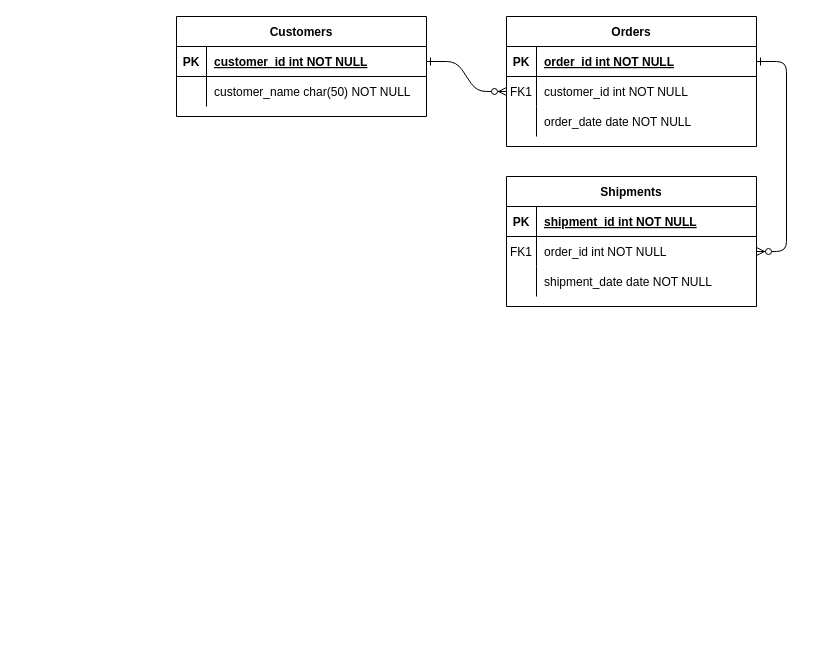
EstebanArellanesConde/Dise-os-E-R-Bases keeps this draw.io diagram as Previo_P4_1.drawio. Above is the earlier version. Source tidied: cells renumbered, new cells numbered last; positions are measured from the earlier drawing's top-left corner, leaving out a move shared by most shapes. Both pictures are drawn from the tidied source at 100%, with x=0, y=0 at pixel (176, 16).
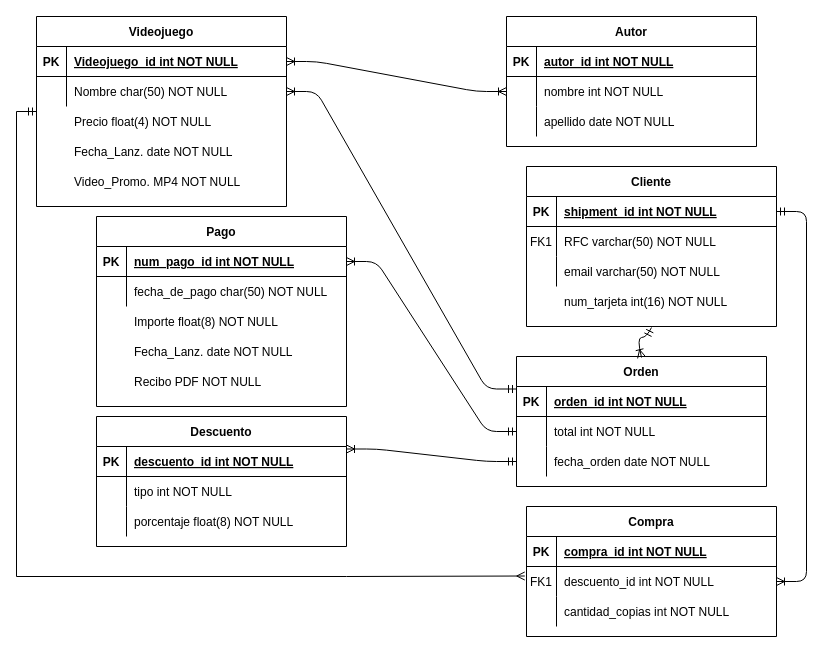
After the change.

Unchanged cells that the change refers to:
```xml
<mxCell id="5" style="shape=partialRectangle;fillColor=none;points=[[0,0.5],[1,0.5]];portConstraint=eastwest;top=0;left=0;right=0;bottom=1;" parent="4" vertex="1">
  <mxGeometry y="30" width="250" height="30" as="geometry" />
</mxCell>
<mxCell id="8" style="shape=partialRectangle;fillColor=none;points=[[0,0.5],[1,0.5]];portConstraint=eastwest;top=0;left=0;right=0;bottom=0;" parent="4" vertex="1">
  <mxGeometry y="60" width="250" height="30" as="geometry" />
</mxCell>
<mxCell id="11" style="shape=partialRectangle;fillColor=none;top=0;left=0;right=0;bottom=0;" parent="4" vertex="1">
  <mxGeometry y="90" width="250" height="30" as="geometry" />
</mxCell>
<mxCell id="15" style="shape=partialRectangle;fillColor=none;points=[[0,0.5],[1,0.5]];portConstraint=eastwest;top=0;left=0;right=0;bottom=1;" parent="14" vertex="1">
  <mxGeometry y="30" width="250" height="30" as="geometry" />
</mxCell>
<mxCell id="18" style="shape=partialRectangle;fillColor=none;points=[[0,0.5],[1,0.5]];portConstraint=eastwest;top=0;left=0;right=0;bottom=0;" parent="14" vertex="1">
  <mxGeometry y="60" width="250" height="30" as="geometry" />
</mxCell>
<mxCell id="21" style="shape=partialRectangle;fillColor=none;top=0;left=0;right=0;bottom=0;" parent="14" vertex="1">
  <mxGeometry y="90" width="250" height="30" as="geometry" />
</mxCell>
```

What changed in the source:
```diff
@@
-    <mxCell id="2" style="edgeStyle=entityRelationEdgeStyle;endArrow=ERzeroToMany;startArrow=ERone;endFill=1;startFill=0;" parent="1" edge="1" source="25" target="8">
+    <mxCell id="2" style="edgeStyle=entityRelationEdgeStyle;endArrow=ERoneToMany;startArrow=ERoneToMany;endFill=0;startFill=0;" parent="1" edge="1" source="25" target="8">
       <mxGeometry relative="1" as="geometry" />
     </mxCell>
-    <mxCell id="3" style="edgeStyle=entityRelationEdgeStyle;endArrow=ERzeroToMany;startArrow=ERone;endFill=1;startFill=0;" parent="1" edge="1" source="5" target="18">
-      <mxGeometry relative="1" as="geometry" />
-    </mxCell>
-    <mxCell id="4" value="Orders" style="shape=table;startSize=30;childLayout=tableLayout;rowLines=0;fontStyle=1;align=center;" parent="1" vertex="1">
+    <mxCell id="4" value="Autor" style="shape=table;startSize=30;childLayout=tableLayout;rowLines=0;fontStyle=1;align=center;" parent="1" vertex="1">
       <mxGeometry x="330" width="250" height="130" as="geometry" />
     </mxCell>
@@
-    <mxCell id="7" value="order_id int NOT NULL " style="shape=partialRectangle;overflow=hidden;fillColor=none;top=0;left=0;bottom=0;right=0;align=left;spacingLeft=6;fontStyle=5;" parent="5" vertex="1">
+    <mxCell id="7" value="autor_id int NOT NULL " style="shape=partialRectangle;overflow=hidden;fillColor=none;top=0;left=0;bottom=0;right=0;align=left;spacingLeft=6;fontStyle=5;" parent="5" vertex="1">
       <mxGeometry x="30" width="220" height="30" as="geometry" />
     </mxCell>
@@
-    <mxCell id="9" value="FK1" style="shape=partialRectangle;overflow=hidden;fillColor=none;top=0;left=0;bottom=0;right=0;" parent="8" vertex="1">
+    <mxCell id="9" style="shape=partialRectangle;overflow=hidden;fillColor=none;top=0;left=0;bottom=0;right=0;" parent="8" vertex="1">
       <mxGeometry width="30" height="30" as="geometry" />
     </mxCell>
-    <mxCell id="10" value="customer_id int NOT NULL" style="shape=partialRectangle;overflow=hidden;fillColor=none;top=0;left=0;bottom=0;right=0;align=left;spacingLeft=6;" parent="8" vertex="1">
+    <mxCell id="10" value="nombre int NOT NULL" style="shape=partialRectangle;overflow=hidden;fillColor=none;top=0;left=0;bottom=0;right=0;align=left;spacingLeft=6;" parent="8" vertex="1">
       <mxGeometry x="30" width="220" height="30" as="geometry" />
     </mxCell>
@@
-    <mxCell id="13" value="order_date date NOT NULL" style="shape=partialRectangle;overflow=hidden;fillColor=none;top=0;left=0;bottom=0;right=0;align=left;spacingLeft=6;" parent="11" vertex="1">
+    <mxCell id="13" value="apellido date NOT NULL" style="shape=partialRectangle;overflow=hidden;fillColor=none;top=0;left=0;bottom=0;right=0;align=left;spacingLeft=6;" parent="11" vertex="1">
       <mxGeometry x="30" width="220" height="30" as="geometry" />
     </mxCell>
+    <mxCell id="31" style="group;" parent="1" vertex="1">
+      <mxGeometry x="-140" width="250" height="190" as="geometry" />
+    </mxCell>
+    <mxCell id="24" value="Videojuego" style="shape=table;startSize=30;childLayout=tableLayout;rowLines=0;fontStyle=1;align=center;" parent="31" vertex="1">
+      <mxGeometry width="250" height="190" as="geometry" />
+    </mxCell>
+    <mxCell id="25" style="shape=partialRectangle;fillColor=none;points=[[0,0.5],[1,0.5]];portConstraint=eastwest;top=0;left=0;right=0;bottom=1;" parent="24" vertex="1">
+      <mxGeometry y="30" width="250" height="30" as="geometry" />
+    </mxCell>
+    <mxCell id="26" value="PK" style="shape=partialRectangle;overflow=hidden;fillColor=none;top=0;left=0;bottom=0;right=0;fontStyle=1;" parent="25" vertex="1">
+      <mxGeometry width="30" height="30" as="geometry" />
+    </mxCell>
+    <mxCell id="27" value="Videojuego_id int NOT NULL " style="shape=partialRectangle;overflow=hidden;fillColor=none;top=0;left=0;bottom=0;right=0;align=left;spacingLeft=6;fontStyle=5;" parent="25" vertex="1">
+      <mxGeometry x="30" width="220" height="30" as="geometry" />
+    </mxCell>
+    <mxCell id="28" style="shape=partialRectangle;fillColor=none;points=[[0,0.5],[1,0.5]];portConstraint=eastwest;top=0;left=0;right=0;bottom=0;" parent="24" vertex="1">
+      <mxGeometry y="60" width="250" height="30" as="geometry" />
+    </mxCell>
+    <mxCell id="29" style="shape=partialRectangle;overflow=hidden;fillColor=none;top=0;left=0;bottom=0;right=0;" parent="28" vertex="1">
+      <mxGeometry width="30" height="30" as="geometry" />
+    </mxCell>
+    <mxCell id="30" value="Nombre char(50) NOT NULL" style="shape=partialRectangle;overflow=hidden;fillColor=none;top=0;left=0;bottom=0;right=0;align=left;spacingLeft=6;" parent="28" vertex="1">
+      <mxGeometry x="30" width="220" height="30" as="geometry" />
+    </mxCell>
+    <mxCell id="32" value="Precio float(4) NOT NULL" style="shape=partialRectangle;overflow=hidden;fillColor=none;top=0;left=0;bottom=0;right=0;align=left;spacingLeft=6;" parent="31" vertex="1">
+      <mxGeometry x="30" y="90" width="220" height="30" as="geometry" />
+    </mxCell>
+    <mxCell id="33" value="Fecha_Lanz. date NOT NULL" style="shape=partialRectangle;overflow=hidden;fillColor=none;top=0;left=0;bottom=0;right=0;align=left;spacingLeft=6;" parent="31" vertex="1">
+      <mxGeometry x="30" y="120" width="220" height="30" as="geometry" />
+    </mxCell>
+    <mxCell id="34" value="Video_Promo. MP4 NOT NULL" style="shape=partialRectangle;overflow=hidden;fillColor=none;top=0;left=0;bottom=0;right=0;align=left;spacingLeft=6;" parent="31" vertex="1">
+      <mxGeometry x="30" y="150" width="220" height="30" as="geometry" />
+    </mxCell>
+    <mxCell id="35" value="Orden" style="shape=table;startSize=30;childLayout=tableLayout;rowLines=0;fontStyle=1;align=center;" parent="1" vertex="1">
+      <mxGeometry x="340" y="340" width="250" height="130" as="geometry" />
+    </mxCell>
+    <mxCell id="36" style="shape=partialRectangle;fillColor=none;top=0;left=0;right=0;bottom=1;" parent="35" vertex="1">
+      <mxGeometry y="30" width="250" height="30" as="geometry" />
+    </mxCell>
+    <mxCell id="37" value="PK" style="shape=partialRectangle;overflow=hidden;fillColor=none;top=0;left=0;bottom=0;right=0;fontStyle=1;" parent="36" vertex="1">
+      <mxGeometry width="30" height="30" as="geometry" />
+    </mxCell>
+    <mxCell id="38" value="orden_id int NOT NULL " style="shape=partialRectangle;overflow=hidden;fillColor=none;top=0;left=0;bottom=0;right=0;align=left;spacingLeft=6;fontStyle=5;" parent="36" vertex="1">
+      <mxGeometry x="30" width="220" height="30" as="geometry" />
+    </mxCell>
+    <mxCell id="39" style="shape=partialRectangle;fillColor=none;points=[[0,0.5],[1,0.5]];portConstraint=eastwest;top=0;left=0;right=0;bottom=0;" parent="35" vertex="1">
+      <mxGeometry y="60" width="250" height="30" as="geometry" />
+    </mxCell>
+    <mxCell id="40" style="shape=partialRectangle;overflow=hidden;fillColor=none;top=0;left=0;bottom=0;right=0;" parent="39" vertex="1">
+      <mxGeometry width="30" height="30" as="geometry" />
+    </mxCell>
+    <mxCell id="41" value="total int NOT NULL" style="shape=partialRectangle;overflow=hidden;fillColor=none;top=0;left=0;bottom=0;right=0;align=left;spacingLeft=6;" parent="39" vertex="1">
+      <mxGeometry x="30" width="220" height="30" as="geometry" />
+    </mxCell>
+    <mxCell id="42" style="shape=partialRectangle;fillColor=none;points=[[0,0.5],[1,0.5]];portConstraint=eastwest;top=0;left=0;right=0;bottom=0;" parent="35" vertex="1">
+      <mxGeometry y="90" width="250" height="30" as="geometry" />
+    </mxCell>
+    <mxCell id="43" style="shape=partialRectangle;overflow=hidden;fillColor=none;top=0;left=0;bottom=0;right=0;" parent="42" vertex="1">
+      <mxGeometry width="30" height="30" as="geometry" />
+    </mxCell>
+    <mxCell id="44" value="fecha_orden date NOT NULL" style="shape=partialRectangle;overflow=hidden;fillColor=none;top=0;left=0;bottom=0;right=0;align=left;spacingLeft=6;" parent="42" vertex="1">
+      <mxGeometry x="30" width="220" height="30" as="geometry" />
+    </mxCell>
+    <mxCell id="45" value="Descuento" style="shape=table;startSize=30;childLayout=tableLayout;rowLines=0;fontStyle=1;align=center;" parent="1" vertex="1">
+      <mxGeometry x="-80" y="400" width="250" height="130" as="geometry" />
+    </mxCell>
+    <mxCell id="46" style="shape=partialRectangle;fillColor=none;top=0;left=0;right=0;bottom=1;" parent="45" vertex="1">
+      <mxGeometry y="30" width="250" height="30" as="geometry" />
+    </mxCell>
+    <mxCell id="47" value="PK" style="shape=partialRectangle;overflow=hidden;fillColor=none;top=0;left=0;bottom=0;right=0;fontStyle=1;" parent="46" vertex="1">
+      <mxGeometry width="30" height="30" as="geometry" />
+    </mxCell>
+    <mxCell id="48" value="descuento_id int NOT NULL " style="shape=partialRectangle;overflow=hidden;fillColor=none;top=0;left=0;bottom=0;right=0;align=left;spacingLeft=6;fontStyle=5;" parent="46" vertex="1">
+      <mxGeometry x="30" width="220" height="30" as="geometry" />
+    </mxCell>
+    <mxCell id="49" style="shape=partialRectangle;fillColor=none;top=0;left=0;right=0;bottom=0;" parent="45" vertex="1">
+      <mxGeometry y="60" width="250" height="30" as="geometry" />
+    </mxCell>
+    <mxCell id="50" style="shape=partialRectangle;overflow=hidden;fillColor=none;top=0;left=0;bottom=0;right=0;" parent="49" vertex="1">
+      <mxGeometry width="30" height="30" as="geometry" />
+    </mxCell>
+    <mxCell id="51" value="tipo int NOT NULL" style="shape=partialRectangle;overflow=hidden;fillColor=none;top=0;left=0;bottom=0;right=0;align=left;spacingLeft=6;" parent="49" vertex="1">
+      <mxGeometry x="30" width="220" height="30" as="geometry" />
+    </mxCell>
+    <mxCell id="52" style="shape=partialRectangle;fillColor=none;top=0;left=0;right=0;bottom=0;" parent="45" vertex="1">
+      <mxGeometry y="90" width="250" height="30" as="geometry" />
+    </mxCell>
+    <mxCell id="53" style="shape=partialRectangle;overflow=hidden;fillColor=none;top=0;left=0;bottom=0;right=0;" parent="52" vertex="1">
+      <mxGeometry width="30" height="30" as="geometry" />
+    </mxCell>
+    <mxCell id="54" value="porcentaje float(8) NOT NULL" style="shape=partialRectangle;overflow=hidden;fillColor=none;top=0;left=0;bottom=0;right=0;align=left;spacingLeft=6;" parent="52" vertex="1">
+      <mxGeometry x="30" width="220" height="30" as="geometry" />
+    </mxCell>
+    <mxCell id="55" value="Compra" style="shape=table;startSize=30;childLayout=tableLayout;rowLines=0;fontStyle=1;align=center;" parent="1" vertex="1">
+      <mxGeometry x="350" y="490" width="250" height="130" as="geometry" />
+    </mxCell>
+    <mxCell id="56" style="shape=partialRectangle;fillColor=none;top=0;left=0;right=0;bottom=1;" parent="55" vertex="1">
+      <mxGeometry y="30" width="250" height="30" as="geometry" />
+    </mxCell>
+    <mxCell id="57" value="PK" style="shape=partialRectangle;overflow=hidden;fillColor=none;top=0;left=0;bottom=0;right=0;fontStyle=1;" parent="56" vertex="1">
+      <mxGeometry width="30" height="30" as="geometry" />
+    </mxCell>
+    <mxCell id="58" value="compra_id int NOT NULL " style="shape=partialRectangle;overflow=hidden;fillColor=none;top=0;left=0;bottom=0;right=0;align=left;spacingLeft=6;fontStyle=5;" parent="56" vertex="1">
+      <mxGeometry x="30" width="220" height="30" as="geometry" />
+    </mxCell>
+    <mxCell id="59" style="shape=partialRectangle;fillColor=none;points=[[0,0.5],[1,0.5]];portConstraint=eastwest;top=0;left=0;right=0;bottom=0;" parent="55" vertex="1">
+      <mxGeometry y="60" width="250" height="30" as="geometry" />
+    </mxCell>
+    <mxCell id="60" value="FK1" style="shape=partialRectangle;overflow=hidden;fillColor=none;top=0;left=0;bottom=0;right=0;" parent="59" vertex="1">
+      <mxGeometry width="30" height="30" as="geometry" />
+    </mxCell>
+    <mxCell id="61" value="descuento_id int NOT NULL" style="shape=partialRectangle;overflow=hidden;fillColor=none;top=0;left=0;bottom=0;right=0;align=left;spacingLeft=6;" parent="59" vertex="1">
+      <mxGeometry x="30" width="220" height="30" as="geometry" />
+    </mxCell>
+    <mxCell id="62" style="shape=partialRectangle;fillColor=none;top=0;left=0;right=0;bottom=0;" parent="55" vertex="1">
+      <mxGeometry y="90" width="250" height="30" as="geometry" />
+    </mxCell>
+    <mxCell id="63" style="shape=partialRectangle;overflow=hidden;fillColor=none;top=0;left=0;bottom=0;right=0;" parent="62" vertex="1">
+      <mxGeometry width="30" height="30" as="geometry" />
+    </mxCell>
+    <mxCell id="64" value="cantidad_copias int NOT NULL" style="shape=partialRectangle;overflow=hidden;fillColor=none;top=0;left=0;bottom=0;right=0;align=left;spacingLeft=6;" parent="62" vertex="1">
+      <mxGeometry x="30" width="220" height="30" as="geometry" />
+    </mxCell>
+    <mxCell id="65" style="group;" parent="1" vertex="1">
+      <mxGeometry x="350" y="150" width="250" height="160" as="geometry" />
+    </mxCell>
-    <mxCell id="14" value="Shipments" style="shape=table;startSize=30;childLayout=tableLayout;rowLines=0;fontStyle=1;align=center;" parent="1" vertex="1">
-      <mxGeometry x="330" y="160" width="250" height="130" as="geometry" />
+    <mxCell id="14" value="Cliente" style="shape=table;startSize=30;childLayout=tableLayout;rowLines=0;fontStyle=1;align=center;" parent="65" vertex="1">
+      <mxGeometry width="250" height="160" as="geometry" />
     </mxCell>
@@
-    <mxCell id="20" value="order_id int NOT NULL" style="shape=partialRectangle;overflow=hidden;fillColor=none;top=0;left=0;bottom=0;right=0;align=left;spacingLeft=6;" parent="18" vertex="1">
+    <mxCell id="20" value="RFC varchar(50) NOT NULL" style="shape=partialRectangle;overflow=hidden;fillColor=none;top=0;left=0;bottom=0;right=0;align=left;spacingLeft=6;" parent="18" vertex="1">
       <mxGeometry x="30" width="220" height="30" as="geometry" />
     </mxCell>
@@
-    <mxCell id="23" value="shipment_date date NOT NULL" style="shape=partialRectangle;overflow=hidden;fillColor=none;top=0;left=0;bottom=0;right=0;align=left;spacingLeft=6;" parent="21" vertex="1">
+    <mxCell id="23" value="email varchar(50) NOT NULL" style="shape=partialRectangle;overflow=hidden;fillColor=none;top=0;left=0;bottom=0;right=0;align=left;spacingLeft=6;" parent="21" vertex="1">
       <mxGeometry x="30" width="220" height="30" as="geometry" />
     </mxCell>
-    <mxCell id="24" value="Customers" style="shape=table;startSize=30;childLayout=tableLayout;rowLines=0;fontStyle=1;align=center;" parent="1" vertex="1">
-      <mxGeometry width="250" height="100" as="geometry" />
-    </mxCell>
-    <mxCell id="25" style="shape=partialRectangle;fillColor=none;points=[[0,0.5],[1,0.5]];portConstraint=eastwest;top=0;left=0;right=0;bottom=1;" parent="24" vertex="1">
-      <mxGeometry y="30" width="250" height="30" as="geometry" />
-    </mxCell>
-    <mxCell id="26" value="PK" style="shape=partialRectangle;overflow=hidden;fillColor=none;top=0;left=0;bottom=0;right=0;fontStyle=1;" parent="25" vertex="1">
-      <mxGeometry width="30" height="30" as="geometry" />
-    </mxCell>
-    <mxCell id="27" value="customer_id int NOT NULL " style="shape=partialRectangle;overflow=hidden;fillColor=none;top=0;left=0;bottom=0;right=0;align=left;spacingLeft=6;fontStyle=5;" parent="25" vertex="1">
-      <mxGeometry x="30" width="220" height="30" as="geometry" />
-    </mxCell>
-    <mxCell id="28" style="shape=partialRectangle;fillColor=none;points=[[0,0.5],[1,0.5]];portConstraint=eastwest;top=0;left=0;right=0;bottom=0;" parent="24" vertex="1">
-      <mxGeometry y="60" width="250" height="30" as="geometry" />
-    </mxCell>
-    <mxCell id="29" style="shape=partialRectangle;overflow=hidden;fillColor=none;top=0;left=0;bottom=0;right=0;" parent="28" vertex="1">
-      <mxGeometry width="30" height="30" as="geometry" />
-    </mxCell>
-    <mxCell id="30" value="customer_name char(50) NOT NULL" style="shape=partialRectangle;overflow=hidden;fillColor=none;top=0;left=0;bottom=0;right=0;align=left;spacingLeft=6;" parent="28" vertex="1">
-      <mxGeometry x="30" width="220" height="30" as="geometry" />
-    </mxCell>
+    <mxCell id="66" value="num_tarjeta int(16) NOT NULL" style="shape=partialRectangle;overflow=hidden;fillColor=none;top=0;left=0;bottom=0;right=0;align=left;spacingLeft=6;" parent="65" vertex="1">
+      <mxGeometry x="30" y="120" width="220" height="30" as="geometry" />
+    </mxCell>
+    <mxCell id="67" style="group;" parent="1" vertex="1">
+      <mxGeometry x="-80" y="200" width="250" height="190" as="geometry" />
+    </mxCell>
+    <mxCell id="68" value="Pago" style="shape=table;startSize=30;childLayout=tableLayout;rowLines=0;fontStyle=1;align=center;" parent="67" vertex="1">
+      <mxGeometry width="250" height="190" as="geometry" />
+    </mxCell>
+    <mxCell id="69" style="shape=partialRectangle;fillColor=none;points=[[0,0.5],[1,0.5]];portConstraint=eastwest;top=0;left=0;right=0;bottom=1;" parent="68" vertex="1">
+      <mxGeometry y="30" width="250" height="30" as="geometry" />
+    </mxCell>
+    <mxCell id="70" value="PK" style="shape=partialRectangle;overflow=hidden;fillColor=none;top=0;left=0;bottom=0;right=0;fontStyle=1;" parent="69" vertex="1">
+      <mxGeometry width="30" height="30" as="geometry" />
+    </mxCell>
+    <mxCell id="71" value="num_pago_id int NOT NULL " style="shape=partialRectangle;overflow=hidden;fillColor=none;top=0;left=0;bottom=0;right=0;align=left;spacingLeft=6;fontStyle=5;" parent="69" vertex="1">
+      <mxGeometry x="30" width="220" height="30" as="geometry" />
+    </mxCell>
+    <mxCell id="72" style="shape=partialRectangle;fillColor=none;top=0;left=0;right=0;bottom=0;" parent="68" vertex="1">
+      <mxGeometry y="60" width="250" height="30" as="geometry" />
+    </mxCell>
+    <mxCell id="73" style="shape=partialRectangle;overflow=hidden;fillColor=none;top=0;left=0;bottom=0;right=0;" parent="72" vertex="1">
+      <mxGeometry width="30" height="30" as="geometry" />
+    </mxCell>
+    <mxCell id="74" value="fecha_de_pago char(50) NOT NULL" style="shape=partialRectangle;overflow=hidden;fillColor=none;top=0;left=0;bottom=0;right=0;align=left;spacingLeft=6;" parent="72" vertex="1">
+      <mxGeometry x="30" width="220" height="30" as="geometry" />
+    </mxCell>
+    <mxCell id="75" value="Importe float(8) NOT NULL" style="shape=partialRectangle;overflow=hidden;fillColor=none;top=0;left=0;bottom=0;right=0;align=left;spacingLeft=6;" parent="67" vertex="1">
+      <mxGeometry x="30" y="90" width="220" height="30" as="geometry" />
+    </mxCell>
+    <mxCell id="76" value="Fecha_Lanz. date NOT NULL" style="shape=partialRectangle;overflow=hidden;fillColor=none;top=0;left=0;bottom=0;right=0;align=left;spacingLeft=6;" parent="67" vertex="1">
+      <mxGeometry x="30" y="120" width="220" height="30" as="geometry" />
+    </mxCell>
+    <mxCell id="77" value="Recibo PDF NOT NULL" style="shape=partialRectangle;overflow=hidden;fillColor=none;top=0;left=0;bottom=0;right=0;align=left;spacingLeft=6;" parent="67" vertex="1">
+      <mxGeometry x="30" y="150" width="220" height="30" as="geometry" />
+    </mxCell>
+    <mxCell id="78" style="edgeStyle=entityRelationEdgeStyle;endArrow=ERoneToMany;startArrow=ERmandOne;endFill=0;startFill=0;exitX=0;exitY=0.25;exitDx=0;exitDy=0;entryX=1;entryY=0.5;entryDx=0;entryDy=0;" parent="1" edge="1" source="35" target="28">
+      <mxGeometry relative="1" as="geometry">
+        <Array as="points">
+          <mxPoint x="300" y="465" />
+          <mxPoint x="290" y="475" />
+          <mxPoint x="300" y="465" />
+          <mxPoint x="250" y="505" />
+        </Array>
+      </mxGeometry>
+    </mxCell>
+    <mxCell id="79" style="edgeStyle=entityRelationEdgeStyle;endArrow=ERoneToMany;startArrow=ERmandOne;endFill=0;startFill=0;exitX=0;exitY=0.5;exitDx=0;exitDy=0;entryX=1;entryY=0.5;entryDx=0;entryDy=0;" parent="1" edge="1" source="39" target="69">
+      <mxGeometry relative="1" as="geometry">
+        <Array as="points">
+          <mxPoint x="279.3" y="667.2" />
+          <mxPoint x="269.3" y="677.2" />
+          <mxPoint x="279.3" y="667.2" />
+          <mxPoint x="229.3" y="707.2" />
+        </Array>
+      </mxGeometry>
+    </mxCell>
+    <mxCell id="80" style="edgeStyle=entityRelationEdgeStyle;endArrow=ERoneToMany;startArrow=ERmandOne;endFill=0;startFill=0;entryX=1;entryY=0.25;entryDx=0;entryDy=0;exitX=0;exitY=0.5;exitDx=0;exitDy=0;" parent="1" edge="1" source="42" target="45">
+      <mxGeometry relative="1" as="geometry">
+        <Array as="points">
+          <mxPoint x="339.3" y="832.2" />
+          <mxPoint x="329.3" y="842.2" />
+          <mxPoint x="339.3" y="832.2" />
+          <mxPoint x="289.3" y="872.2" />
+        </Array>
+      </mxGeometry>
+    </mxCell>
+    <mxCell id="81" style="edgeStyle=entityRelationEdgeStyle;endArrow=ERoneToMany;startArrow=ERmandOne;endFill=0;startFill=0;exitX=1;exitY=0.5;exitDx=0;exitDy=0;entryX=1;entryY=0.5;entryDx=0;entryDy=0;" parent="1" edge="1" source="15" target="59">
+      <mxGeometry relative="1" as="geometry">
+        <Array as="points">
+          <mxPoint x="589.3" y="883.2" />
+          <mxPoint x="650" y="350" />
+          <mxPoint x="579.3" y="893.2" />
+          <mxPoint x="589.3" y="883.2" />
+          <mxPoint x="539.3" y="923.2" />
+        </Array>
+      </mxGeometry>
+    </mxCell>
+    <mxCell id="82" style="edgeStyle=orthogonalEdgeStyle;rounded=0;jettySize=auto;html=1;exitX=0;exitY=0.5;exitDx=0;exitDy=0;endArrow=ERmany;startFill=0;entryX=-0.007;entryY=0.317;entryDx=0;entryDy=0;entryPerimeter=0;endFill=0;startArrow=ERmandOne;" parent="1" edge="1" source="24" target="59">
+      <mxGeometry relative="1" as="geometry">
+        <Array as="points">
+          <mxPoint x="-160" y="95" />
+          <mxPoint x="-160" y="560" />
+          <mxPoint x="170" y="560" />
+        </Array>
+      </mxGeometry>
+    </mxCell>
+    <mxCell id="83" style="curved=1;endArrow=ERoneToMany;html=1;rounded=0;entryX=0.5;entryY=0;entryDx=0;entryDy=0;exitX=0.5;exitY=1;exitDx=0;exitDy=0;endFill=0;startArrow=ERmandOne;startFill=0;" parent="1" edge="1">
+      <mxGeometry relative="1" as="geometry">
+        <mxPoint x="475" y="311" as="sourcePoint" />
+        <mxPoint x="465" y="341" as="targetPoint" />
+        <Array as="points">
+          <mxPoint x="470.1" y="321" />
+          <mxPoint x="460.1" y="321" />
+        </Array>
+      </mxGeometry>
+    </mxCell>
```
